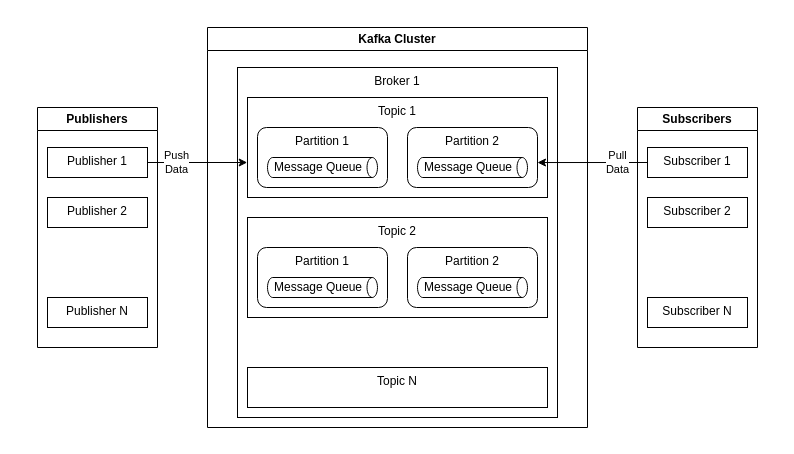
Above: arc42/08-crosscut-concepts/architectural-patterns/publish-subscribe/figures/kafka-overview.drawio in eddie-energy/architecture (draw.io), before the change. Source tidied: cells renumbered, new cells numbered last; positions are measured from the earlier drawing's top-left corner, leaving out a move shared by most shapes. Both pictures are drawn from the tidied source at 100%, with x=0, y=0 at pixel (27, 17).
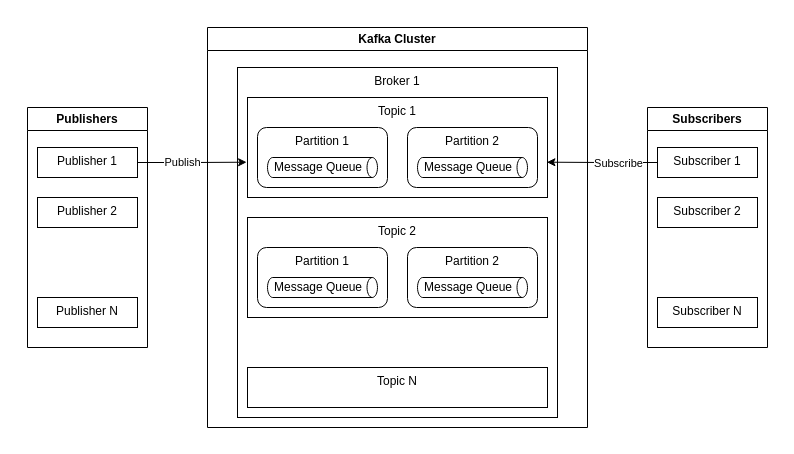
Above is the later version.

Commit message (it also covers changes not shown here):
Fix Kafka figure

The change refers to these unchanged cells:
```xml
<mxCell id="5" value="Topic 1" style="rounded=0;whiteSpace=wrap;html=1;verticalAlign=top;" parent="3" vertex="1">
  <mxGeometry x="40" y="70" width="300" height="100" as="geometry" />
</mxCell>
<mxCell id="8" value="Partition 2" style="rounded=1;whiteSpace=wrap;html=1;verticalAlign=top;" parent="3" vertex="1">
  <mxGeometry x="200" y="100" width="130" height="60" as="geometry" />
</mxCell>
<mxCell id="17" value="Publisher 1" style="rounded=0;whiteSpace=wrap;html=1;verticalAlign=top;" parent="16" vertex="1">
  <mxGeometry x="10" y="40" width="100" height="30" as="geometry" />
</mxCell>
<mxCell id="21" value="Subscriber 1" style="rounded=0;whiteSpace=wrap;html=1;verticalAlign=top;" parent="20" vertex="1">
  <mxGeometry x="10" y="40" width="100" height="30" as="geometry" />
</mxCell>
```

Change to the diagram source:
```diff
@@
     <mxCell id="2" style="rounded=0;whiteSpace=wrap;html=1;fillColor=default;strokeColor=none;verticalAlign=top;align=left;" parent="1" vertex="1">
-      <mxGeometry width="740" height="420" as="geometry" />
+      <mxGeometry x="-10" width="760" height="420" as="geometry" />
     </mxCell>
@@
     <mxCell id="16" value="Publishers" style="swimlane;whiteSpace=wrap;html=1;" parent="1" vertex="1">
-      <mxGeometry x="10" y="90" width="120" height="240" as="geometry" />
+      <mxGeometry y="90" width="120" height="240" as="geometry" />
     </mxCell>
@@
     <mxCell id="20" value="Subscribers" style="swimlane;whiteSpace=wrap;html=1;" parent="1" vertex="1">
-      <mxGeometry x="610" y="90" width="120" height="240" as="geometry" />
+      <mxGeometry x="620" y="90" width="120" height="240" as="geometry" />
     </mxCell>
@@
-    <mxCell id="24" value="Push&lt;br&gt;Data" style="edgeStyle=orthogonalEdgeStyle;rounded=0;jettySize=auto;html=1;exitX=1;exitY=0.5;exitDx=0;exitDy=0;entryX=-0.001;entryY=0.65;entryDx=0;entryDy=0;entryPerimeter=0;" parent="1" edge="1" source="17" target="5">
-      <mxGeometry x="-0.41" relative="1" as="geometry" />
+    <mxCell id="24" style="edgeStyle=orthogonalEdgeStyle;rounded=0;jettySize=auto;html=1;exitX=1;exitY=0.5;exitDx=0;exitDy=0;entryX=-0.003;entryY=0.647;entryDx=0;entryDy=0;entryPerimeter=0;" parent="1" edge="1" source="17" target="5">
+      <mxGeometry relative="1" as="geometry" />
     </mxCell>
-    <mxCell id="25" value="Pull&lt;br&gt;Data" style="edgeStyle=orthogonalEdgeStyle;rounded=0;jettySize=auto;html=1;exitX=0;exitY=0.5;exitDx=0;exitDy=0;entryX=1;entryY=0.584;entryDx=0;entryDy=0;entryPerimeter=0;" parent="1" edge="1" source="21" target="8">
-      <mxGeometry x="-0.45" relative="1" as="geometry" />
-    </mxCell>
+    <mxCell id="26" value="Publish" style="edgeLabel;html=1;align=center;verticalAlign=middle;" parent="24" vertex="1">
+      <mxGeometry x="-0.2" y="1" relative="1" as="geometry" />
+    </mxCell>
+    <mxCell id="27" style="edgeStyle=orthogonalEdgeStyle;rounded=0;jettySize=auto;html=1;exitX=0;exitY=0.5;exitDx=0;exitDy=0;entryX=0.998;entryY=0.647;entryDx=0;entryDy=0;entryPerimeter=0;" parent="1" edge="1" source="21" target="5">
+      <mxGeometry relative="1" as="geometry" />
+    </mxCell>
+    <mxCell id="28" value="Subscribe" style="edgeLabel;html=1;align=center;verticalAlign=middle;" parent="27" vertex="1">
+      <mxGeometry x="-0.28" relative="1" as="geometry" />
+    </mxCell>
```
